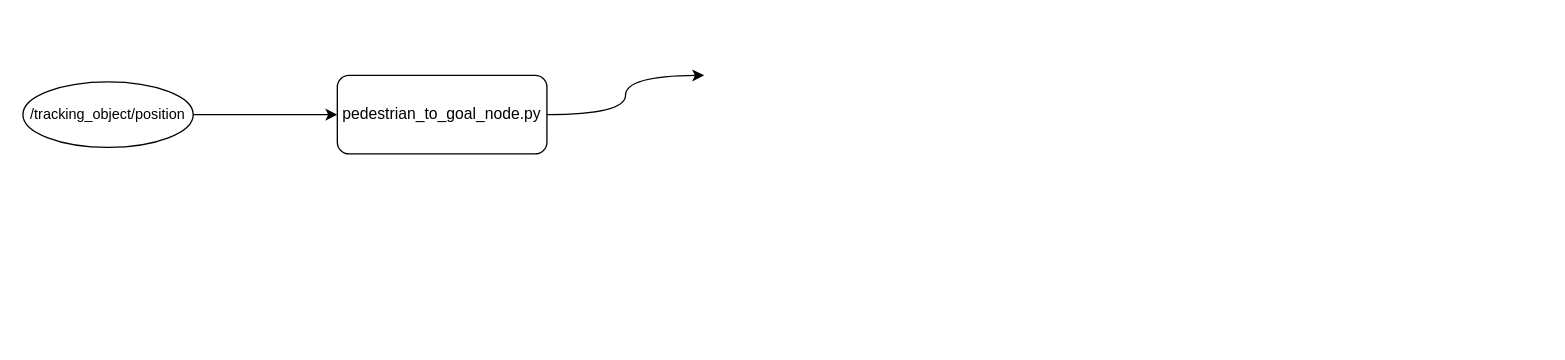
Above: Follow_everything_flow.drawio in mailonghua/drawio (draw.io), before the change. Source tidied: cells renumbered, new cells numbered last; positions are measured from the earlier drawing's top-left corner, leaving out a move shared by most shapes. Both pictures are drawn from the tidied source at 131%, with x=0, y=0 at pixel (22, 75).
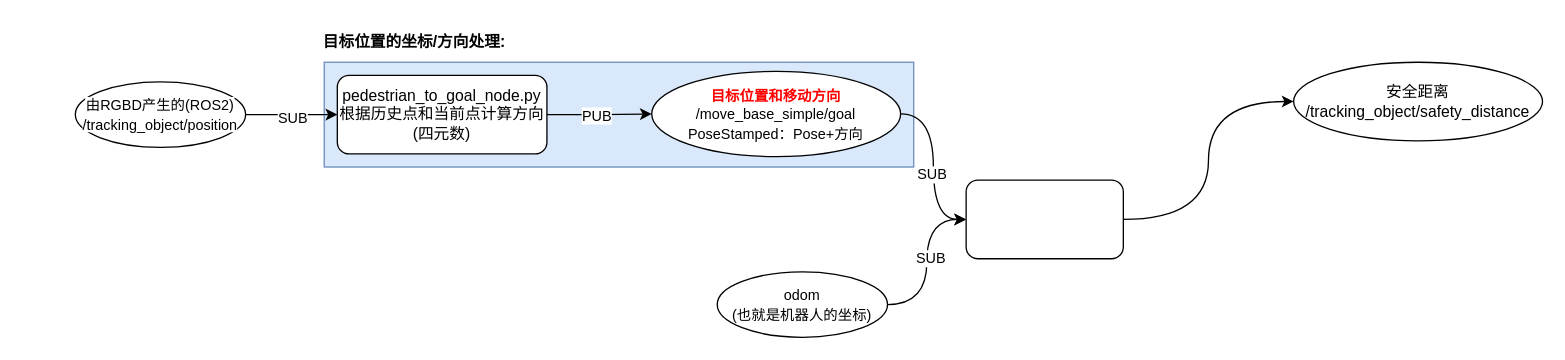
The same page after the edit.

Change to the diagram source:
```diff
@@
 <mxGraphModel>
   <root>
     <mxCell id="0" />
     <mxCell id="1" parent="0" />
+    <mxCell id="6" style="rounded=0;whiteSpace=wrap;html=1;fillColor=#dae8fc;strokeColor=#6c8ebf;" parent="1" vertex="1">
+      <mxGeometry x="230" y="-10" width="450" height="80" as="geometry" />
+    </mxCell>
     <mxCell id="2" style="edgeStyle=orthogonalEdgeStyle;curved=1;rounded=0;jettySize=auto;html=1;exitX=0;exitY=0.5;exitDx=0;exitDy=0;startArrow=classic;startFill=1;endArrow=none;endFill=0;entryX=1;entryY=0.5;entryDx=0;entryDy=0;" parent="1" edge="1" source="4" target="5">
       <mxGeometry relative="1" as="geometry" />
     </mxCell>
+    <mxCell id="7" value="SUB" style="edgeLabel;html=1;align=center;verticalAlign=middle;" parent="2" vertex="1">
+      <mxGeometry x="0.01" y="2" relative="1" as="geometry" />
+    </mxCell>
-    <mxCell id="3" style="edgeStyle=orthogonalEdgeStyle;curved=1;rounded=0;jettySize=auto;html=1;exitX=1;exitY=0.5;exitDx=0;exitDy=0;" parent="1" edge="1" source="4">
-      <mxGeometry relative="1" as="geometry">
-        <mxPoint x="520" as="targetPoint" />
-      </mxGeometry>
+    <mxCell id="3" style="edgeStyle=orthogonalEdgeStyle;curved=1;rounded=0;jettySize=auto;html=1;exitX=1;exitY=0.5;exitDx=0;exitDy=0;entryX=0;entryY=0.5;entryDx=0;entryDy=0;" parent="1" edge="1" source="4" target="11">
+      <mxGeometry relative="1" as="geometry" />
     </mxCell>
+    <mxCell id="8" value="PUB" style="edgeLabel;html=1;align=center;verticalAlign=middle;" parent="3" vertex="1">
+      <mxGeometry x="-0.12" y="2" relative="1" as="geometry">
+        <mxPoint x="2" y="2" as="offset" />
+      </mxGeometry>
+    </mxCell>
-    <mxCell id="4" value="pedestrian_to_goal_node.py" style="rounded=1;whiteSpace=wrap;html=1;" parent="1" vertex="1">
+    <mxCell id="4" value="pedestrian_to_goal_node.py&lt;br&gt;根据历史点和当前点计算方向(四元数)" style="rounded=1;whiteSpace=wrap;html=1;" parent="1" vertex="1">
       <mxGeometry x="240" width="160" height="60" as="geometry" />
     </mxCell>
-    <mxCell id="5" value="&lt;span style=&quot;font-size: 11px; text-wrap-mode: nowrap; background-color: rgb(255, 255, 255);&quot;&gt;/tracking_object/position&lt;/span&gt;" style="ellipse;whiteSpace=wrap;html=1;" parent="1" vertex="1">
-      <mxGeometry y="5" width="130" height="50" as="geometry" />
+    <mxCell id="5" value="&lt;span style=&quot;font-size: 11px; text-wrap-mode: nowrap; background-color: rgb(255, 255, 255);&quot;&gt;由RGBD产生的(ROS2)&lt;br&gt;/tracking_object/position&lt;/span&gt;" style="ellipse;whiteSpace=wrap;html=1;" parent="1" vertex="1">
+      <mxGeometry x="40" y="5" width="130" height="50" as="geometry" />
     </mxCell>
+    <mxCell id="9" style="edgeStyle=orthogonalEdgeStyle;curved=1;rounded=0;jettySize=auto;html=1;exitX=1;exitY=0.5;exitDx=0;exitDy=0;entryX=0;entryY=0.5;entryDx=0;entryDy=0;" parent="1" edge="1" source="11" target="13">
+      <mxGeometry relative="1" as="geometry" />
+    </mxCell>
+    <mxCell id="10" value="SUB" style="edgeLabel;html=1;align=center;verticalAlign=middle;" parent="9" vertex="1">
+      <mxGeometry x="0.09" y="-2" relative="1" as="geometry" />
+    </mxCell>
+    <mxCell id="11" value="&lt;span style=&quot;background-color: rgb(255, 255, 255);&quot;&gt;&lt;span style=&quot;font-size: 11px; text-wrap-mode: nowrap;&quot;&gt;&lt;font style=&quot;color: rgb(255, 0, 0);&quot;&gt;&lt;b&gt;目标位置和移动方向&lt;/b&gt;&lt;/font&gt;&lt;br&gt;/move_base_simple/goal&lt;/span&gt;&lt;br&gt;&lt;span style=&quot;font-size: 11px; text-wrap-mode: nowrap;&quot;&gt;PoseStamped：Pose+方向&lt;/span&gt;&lt;/span&gt;" style="ellipse;whiteSpace=wrap;html=1;" parent="1" vertex="1">
+      <mxGeometry x="480" y="-3" width="190" height="65" as="geometry" />
+    </mxCell>
+    <mxCell id="12" style="edgeStyle=orthogonalEdgeStyle;curved=1;rounded=0;jettySize=auto;html=1;exitX=1;exitY=0.5;exitDx=0;exitDy=0;entryX=0;entryY=0.5;entryDx=0;entryDy=0;" parent="1" edge="1" source="13" target="18">
+      <mxGeometry relative="1" as="geometry" />
+    </mxCell>
+    <mxCell id="13" style="rounded=1;whiteSpace=wrap;html=1;" parent="1" vertex="1">
+      <mxGeometry x="720" y="80" width="120" height="60" as="geometry" />
+    </mxCell>
+    <mxCell id="14" style="edgeStyle=orthogonalEdgeStyle;curved=1;rounded=0;jettySize=auto;html=1;exitX=1;exitY=0.5;exitDx=0;exitDy=0;entryX=0;entryY=0.5;entryDx=0;entryDy=0;" parent="1" edge="1" source="16" target="13">
+      <mxGeometry relative="1" as="geometry" />
+    </mxCell>
+    <mxCell id="15" value="SUB" style="edgeLabel;html=1;align=center;verticalAlign=middle;" parent="14" vertex="1">
+      <mxGeometry x="0.05" y="-2" relative="1" as="geometry" />
+    </mxCell>
+    <mxCell id="16" value="&lt;div&gt;&lt;span style=&quot;font-size: 11px; text-wrap-mode: nowrap;&quot;&gt;odom&lt;/span&gt;&lt;/div&gt;&lt;div&gt;&lt;span style=&quot;font-size: 11px; text-wrap-mode: nowrap;&quot;&gt;(也就是机器人的坐标)&lt;/span&gt;&lt;/div&gt;" style="ellipse;whiteSpace=wrap;html=1;" parent="1" vertex="1">
+      <mxGeometry x="530" y="150" width="130" height="50" as="geometry" />
+    </mxCell>
+    <mxCell id="17" value="目标位置的坐标/方向处理:" style="text;strokeColor=none;align=center;fillColor=none;html=1;verticalAlign=middle;whiteSpace=wrap;rounded=0;fontStyle=1;" parent="1" vertex="1">
+      <mxGeometry x="228" y="-40" width="142" height="30" as="geometry" />
+    </mxCell>
+    <mxCell id="18" value="安全距离&lt;br&gt;/tracking_object/safety_distance" style="ellipse;whiteSpace=wrap;html=1;" parent="1" vertex="1">
+      <mxGeometry x="970" y="-10" width="190" height="60" as="geometry" />
+    </mxCell>
   </root>
 </mxGraphModel>
```
